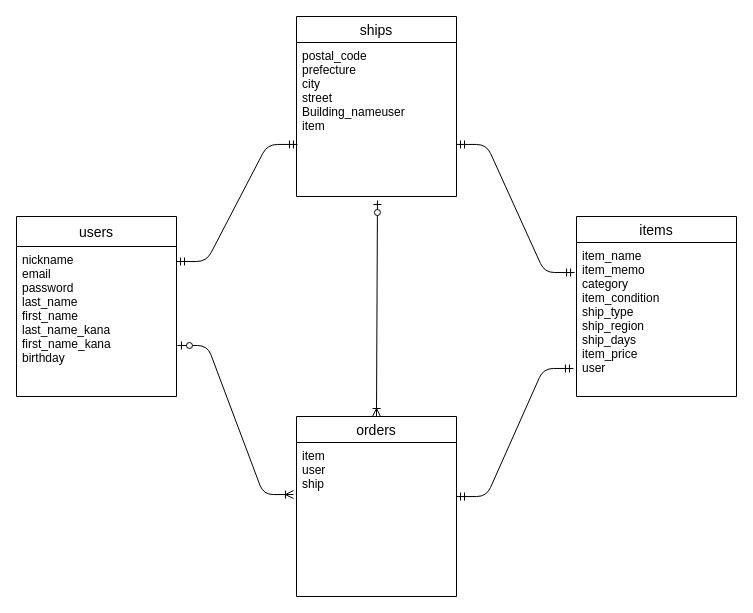
Before: FURIMA-ER.dio in ichikuwu/furima-40378, a draw.io diagram. Source tidied: cells renumbered, new cells numbered last; positions are measured from the earlier drawing's top-left corner, leaving out a move shared by most shapes. Both pictures are drawn from the tidied source at 100%, with x=0, y=0 at pixel (16, 16).
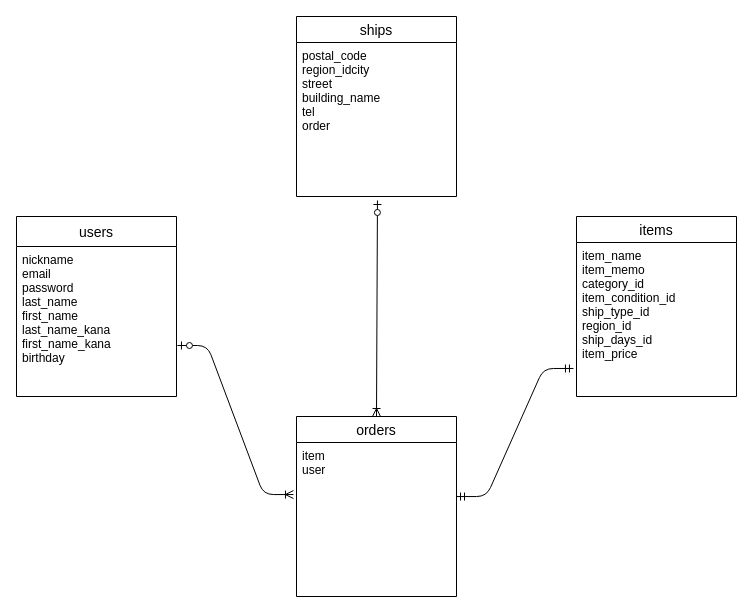
After the change.

Commit message (it also covers changes not shown here):
データベース設計修正5

Diff of the diagram source:
```diff
@@
 <mxGraphModel>
   <root>
     <mxCell id="0" />
     <mxCell id="1" parent="0" />
     <mxCell id="2" value="users" style="swimlane;fontStyle=0;horizontal=1;startSize=30;align=center;fontSize=14;" parent="1" vertex="1">
       <mxGeometry y="200" width="160" height="180" as="geometry" />
     </mxCell>
     <mxCell id="3" value="nickname&#10;email&#10;password&#10;last_name&#10;first_name&#10;last_name_kana&#10;first_name_kana&#10;birthday" style="text;strokeColor=none;fillColor=none;spacingLeft=4;spacingRight=4;overflow=hidden;points=[[0,0.5],[1,0.5]];portConstraint=eastwest;fontSize=12;" parent="2" vertex="1">
       <mxGeometry y="30" width="160" height="150" as="geometry" />
     </mxCell>
     <mxCell id="4" value="items" style="swimlane;fontStyle=0;horizontal=1;startSize=26;align=center;fontSize=14;" parent="1" vertex="1">
       <mxGeometry x="560" y="200" width="160" height="180" as="geometry" />
     </mxCell>
-    <mxCell id="5" value="item_name&#10;item_memo&#10;category&#10;item_condition&#10;ship_type&#10;ship_region&#10;ship_days&#10;item_price&#10;user " style="text;strokeColor=none;fillColor=none;spacingLeft=4;spacingRight=4;overflow=hidden;points=[[0,0.5],[1,0.5]];portConstraint=eastwest;fontSize=12;" parent="4" vertex="1">
+    <mxCell id="5" value="item_name&#10;item_memo&#10;category_id&#10;item_condition_id&#10;ship_type_id&#10;region_id&#10;ship_days_id&#10;item_price" style="text;strokeColor=none;fillColor=none;spacingLeft=4;spacingRight=4;overflow=hidden;points=[[0,0.5],[1,0.5]];portConstraint=eastwest;fontSize=12;" parent="4" vertex="1">
       <mxGeometry y="26" width="160" height="154" as="geometry" />
     </mxCell>
     <mxCell id="6" value="orders" style="swimlane;fontStyle=0;horizontal=1;startSize=26;align=center;fontSize=14;" parent="1" vertex="1">
       <mxGeometry x="280" y="400" width="160" height="180" as="geometry" />
     </mxCell>
-    <mxCell id="7" value="item&#10;user &#10;ship" style="text;strokeColor=none;fillColor=none;spacingLeft=4;spacingRight=4;overflow=hidden;points=[[0,0.5],[1,0.5]];portConstraint=eastwest;fontSize=12;" parent="6" vertex="1">
+    <mxCell id="7" value="item&#10;user" style="text;strokeColor=none;fillColor=none;spacingLeft=4;spacingRight=4;overflow=hidden;points=[[0,0.5],[1,0.5]];portConstraint=eastwest;fontSize=12;" parent="6" vertex="1">
       <mxGeometry y="26" width="160" height="154" as="geometry" />
     </mxCell>
     <mxCell id="8" value="ships" style="swimlane;fontStyle=0;horizontal=1;startSize=26;align=center;fontSize=14;" parent="1" vertex="1">
       <mxGeometry x="280" width="160" height="180" as="geometry" />
     </mxCell>
-    <mxCell id="9" value="postal_code&#10;prefecture&#10;city&#10;street&#10;Building_nameuser&#10;item" style="text;strokeColor=none;fillColor=none;spacingLeft=4;spacingRight=4;overflow=hidden;points=[[0,0.5],[1,0.5]];portConstraint=eastwest;fontSize=12;" parent="8" vertex="1">
+    <mxCell id="9" value="postal_code&#10;region_idcity&#10;street&#10;building_name&#10;tel&#10;order" style="text;strokeColor=none;fillColor=none;spacingLeft=4;spacingRight=4;overflow=hidden;points=[[0,0.5],[1,0.5]];portConstraint=eastwest;fontSize=12;" parent="8" vertex="1">
       <mxGeometry y="26" width="160" height="154" as="geometry" />
     </mxCell>
     <mxCell id="10" style="fontSize=12;html=1;endArrow=ERoneToMany;startArrow=ERzeroToOne;elbow=vertical;entryX=0.5;entryY=0;entryDx=0;entryDy=0;exitX=0.506;exitY=1.026;exitDx=0;exitDy=0;exitPerimeter=0;" parent="1" edge="1" source="9" target="6">
       <mxGeometry relative="1" as="geometry" />
     </mxCell>
     <mxCell id="11" style="edgeStyle=entityRelationEdgeStyle;fontSize=12;html=1;endArrow=ERmandOne;startArrow=ERmandOne;elbow=vertical;exitX=1;exitY=0.351;exitDx=0;exitDy=0;exitPerimeter=0;entryX=-0.019;entryY=0.818;entryDx=0;entryDy=0;entryPerimeter=0;" parent="1" edge="1" source="7" target="5">
       <mxGeometry relative="1" as="geometry" />
     </mxCell>
     <mxCell id="12" style="edgeStyle=none;html=1;elbow=vertical;" parent="1" edge="1" source="7">
       <mxGeometry relative="1" as="geometry">
         <mxPoint x="280" y="503" as="targetPoint" />
       </mxGeometry>
     </mxCell>
     <mxCell id="13" style="edgeStyle=entityRelationEdgeStyle;fontSize=12;html=1;endArrow=ERoneToMany;startArrow=ERzeroToOne;elbow=vertical;entryX=-0.019;entryY=0.338;entryDx=0;entryDy=0;exitX=1.006;exitY=0.66;exitDx=0;exitDy=0;exitPerimeter=0;entryPerimeter=0;" parent="1" edge="1" source="3" target="7">
       <mxGeometry relative="1" as="geometry" />
     </mxCell>
-    <mxCell id="14" style="edgeStyle=entityRelationEdgeStyle;fontSize=12;html=1;endArrow=ERmandOne;startArrow=ERmandOne;elbow=vertical;entryX=-0.012;entryY=0.195;entryDx=0;entryDy=0;entryPerimeter=0;exitX=1;exitY=0.662;exitDx=0;exitDy=0;exitPerimeter=0;" parent="1" edge="1" source="9" target="5">
-      <mxGeometry relative="1" as="geometry" />
-    </mxCell>
-    <mxCell id="15" style="edgeStyle=entityRelationEdgeStyle;fontSize=12;html=1;endArrow=ERmandOne;startArrow=ERmandOne;elbow=vertical;exitX=1;exitY=0.1;exitDx=0;exitDy=0;exitPerimeter=0;entryX=0.006;entryY=0.662;entryDx=0;entryDy=0;entryPerimeter=0;" parent="1" edge="1" source="3" target="9">
-      <mxGeometry relative="1" as="geometry" />
-    </mxCell>
   </root>
 </mxGraphModel>
```
